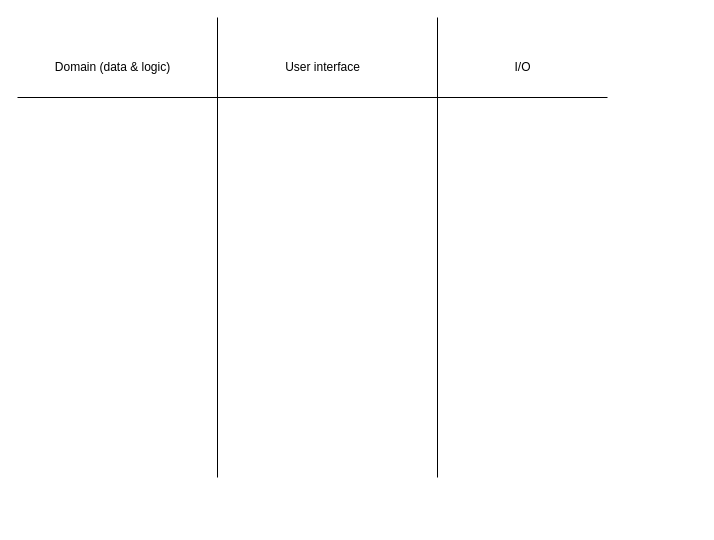
isel-leic-tds/2122i-LEIC31D keeps this draw.io diagram as page "Page-1" (1 of 2) of diagrams/Aula-07.drawio. Above is the earlier version. Source tidied: cells renumbered, new cells numbered last; positions are measured from the earlier drawing's top-left corner, leaving out a move shared by most shapes. Both pictures are drawn from the tidied source at 100%, with x=0, y=0 at pixel (17, 17).
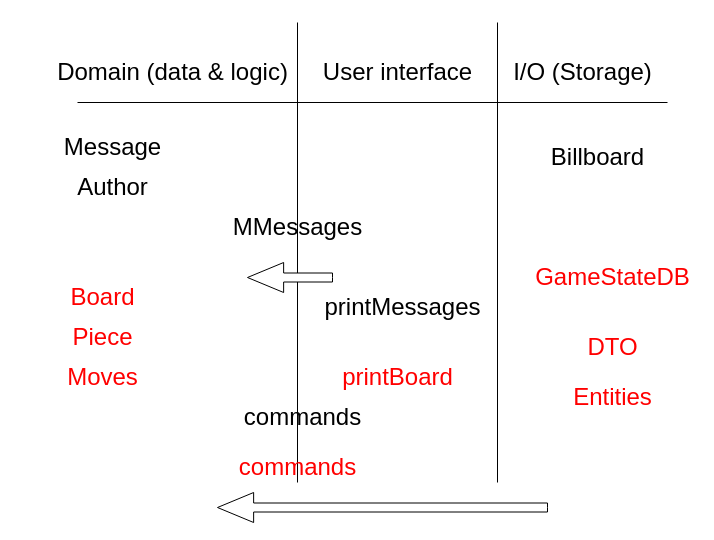
The same diagram, later.

The edit, as a diff of the source:
```diff
@@
-    <mxCell id="2" value="Domain (data &amp;amp; logic)" style="text;html=1;align=center;verticalAlign=middle;strokeColor=none;fillColor=none;" parent="1" vertex="1">
-      <mxGeometry x="30" y="40" width="130" height="20" as="geometry" />
+    <mxCell id="2" value="Domain (data &amp;amp; logic)" style="text;html=1;align=center;verticalAlign=middle;strokeColor=none;fillColor=none;fontSize=24;" parent="1" vertex="1">
+      <mxGeometry x="30" y="40" width="250" height="30" as="geometry" />
     </mxCell>
-    <mxCell id="3" value="I/O" style="text;html=1;align=center;verticalAlign=middle;strokeColor=none;fillColor=none;" parent="1" vertex="1">
-      <mxGeometry x="490" y="40" width="30" height="20" as="geometry" />
+    <mxCell id="3" value="I/O (Storage)" style="text;html=1;align=center;verticalAlign=middle;strokeColor=none;fillColor=none;fontSize=24;" parent="1" vertex="1">
+      <mxGeometry x="490" y="40" width="150" height="30" as="geometry" />
     </mxCell>
-    <mxCell id="4" value="User interface" style="text;html=1;align=center;verticalAlign=middle;strokeColor=none;fillColor=none;" parent="1" vertex="1">
-      <mxGeometry x="260" y="40" width="90" height="20" as="geometry" />
+    <mxCell id="4" value="User interface" style="text;html=1;align=center;verticalAlign=middle;strokeColor=none;fillColor=none;fontSize=24;" parent="1" vertex="1">
+      <mxGeometry x="300" y="40" width="160" height="30" as="geometry" />
     </mxCell>
     <mxCell id="5" style="endArrow=none;html=1;rounded=0;edgeStyle=orthogonalEdgeStyle;" parent="1" edge="1">
       <mxGeometry relative="1" as="geometry">
-        <mxPoint x="200" y="460" as="sourcePoint" />
-        <mxPoint x="200" as="targetPoint" />
+        <mxPoint x="280" y="465" as="sourcePoint" />
+        <mxPoint x="280" y="5" as="targetPoint" />
       </mxGeometry>
     </mxCell>
     <mxCell id="6" style="endArrow=none;html=1;rounded=0;edgeStyle=orthogonalEdgeStyle;" parent="1" edge="1">
       <mxGeometry relative="1" as="geometry">
-        <mxPoint x="420" y="460" as="sourcePoint" />
-        <mxPoint x="420" as="targetPoint" />
+        <mxPoint x="480" y="465" as="sourcePoint" />
+        <mxPoint x="480" y="5" as="targetPoint" />
       </mxGeometry>
     </mxCell>
     <mxCell id="7" style="endArrow=none;html=1;rounded=0;edgeStyle=orthogonalEdgeStyle;" parent="1" edge="1">
       <mxGeometry relative="1" as="geometry">
-        <mxPoint x="590" y="80" as="sourcePoint" />
-        <mxPoint y="80" as="targetPoint" />
+        <mxPoint x="650" y="85" as="sourcePoint" />
+        <mxPoint x="60" y="85" as="targetPoint" />
       </mxGeometry>
     </mxCell>
+    <mxCell id="8" value="Message" style="text;html=1;align=center;verticalAlign=middle;strokeColor=none;fillColor=none;fontSize=24;" parent="1" vertex="1">
+      <mxGeometry x="40" y="115" width="110" height="30" as="geometry" />
+    </mxCell>
+    <mxCell id="9" value="Author" style="text;html=1;align=center;verticalAlign=middle;strokeColor=none;fillColor=none;fontSize=24;" parent="1" vertex="1">
+      <mxGeometry x="50" y="155" width="90" height="30" as="geometry" />
+    </mxCell>
+    <mxCell id="10" value="printMessages" style="text;html=1;align=center;verticalAlign=middle;strokeColor=none;fillColor=none;fontSize=24;" parent="1" vertex="1">
+      <mxGeometry x="300" y="275" width="170" height="30" as="geometry" />
+    </mxCell>
+    <mxCell id="11" value="MMessages" style="text;html=1;align=center;verticalAlign=middle;strokeColor=none;fillColor=none;fontSize=24;" parent="1" vertex="1">
+      <mxGeometry x="210" y="195" width="140" height="30" as="geometry" />
+    </mxCell>
+    <mxCell id="12" value="commands" style="text;html=1;align=center;verticalAlign=middle;strokeColor=none;fillColor=none;fontSize=24;" parent="1" vertex="1">
+      <mxGeometry x="220" y="385" width="130" height="30" as="geometry" />
+    </mxCell>
+    <mxCell id="13" value="Billboard" style="text;html=1;align=center;verticalAlign=middle;strokeColor=none;fillColor=none;fontSize=24;" parent="1" vertex="1">
+      <mxGeometry x="525" y="125" width="110" height="30" as="geometry" />
+    </mxCell>
+    <mxCell id="14" value="Board" style="text;html=1;align=center;verticalAlign=middle;strokeColor=none;fillColor=none;fontSize=24;fontColor=#FF0000;" parent="1" vertex="1">
+      <mxGeometry x="45" y="265" width="80" height="30" as="geometry" />
+    </mxCell>
+    <mxCell id="15" value="Piece" style="text;html=1;align=center;verticalAlign=middle;strokeColor=none;fillColor=none;fontSize=24;fontColor=#FF0000;" parent="1" vertex="1">
+      <mxGeometry x="45" y="305" width="80" height="30" as="geometry" />
+    </mxCell>
+    <mxCell id="16" value="Moves" style="text;html=1;align=center;verticalAlign=middle;strokeColor=none;fillColor=none;fontSize=24;fontColor=#FF0000;" parent="1" vertex="1">
+      <mxGeometry x="40" y="345" width="90" height="30" as="geometry" />
+    </mxCell>
+    <mxCell id="17" value="GameStateDB" style="text;html=1;align=center;verticalAlign=middle;strokeColor=none;fillColor=none;fontSize=24;fontColor=#FF0000;" parent="1" vertex="1">
+      <mxGeometry x="510" y="245" width="170" height="30" as="geometry" />
+    </mxCell>
+    <mxCell id="18" value="printBoard" style="text;html=1;align=center;verticalAlign=middle;strokeColor=none;fillColor=none;fontSize=24;fontColor=#FF0000;" parent="1" vertex="1">
+      <mxGeometry x="315" y="345" width="130" height="30" as="geometry" />
+    </mxCell>
+    <mxCell id="19" value="commands" style="text;html=1;align=center;verticalAlign=middle;strokeColor=none;fillColor=none;fontSize=24;fontColor=#FF0000;" parent="1" vertex="1">
+      <mxGeometry x="215" y="435" width="130" height="30" as="geometry" />
+    </mxCell>
+    <mxCell id="20" style="html=1;shadow=0;dashed=0;align=center;verticalAlign=middle;shape=mxgraph.arrows2.arrow;dy=0.7;dx=36.13;notch=0;fontSize=24;fontColor=#FF0000;direction=west;" parent="1" vertex="1">
+      <mxGeometry x="230" y="245" width="85" height="30" as="geometry" />
+    </mxCell>
+    <mxCell id="21" style="html=1;shadow=0;dashed=0;align=center;verticalAlign=middle;shape=mxgraph.arrows2.arrow;dy=0.7;dx=36.13;notch=0;fontSize=24;fontColor=#FF0000;direction=west;" parent="1" vertex="1">
+      <mxGeometry x="200" y="475" width="330" height="30" as="geometry" />
+    </mxCell>
+    <mxCell id="22" value="DTO" style="text;html=1;align=center;verticalAlign=middle;strokeColor=none;fillColor=none;fontSize=24;fontColor=#FF0000;" parent="1" vertex="1">
+      <mxGeometry x="560" y="315" width="70" height="30" as="geometry" />
+    </mxCell>
+    <mxCell id="23" value="Entities" style="text;html=1;align=center;verticalAlign=middle;strokeColor=none;fillColor=none;fontSize=24;fontColor=#FF0000;" parent="1" vertex="1">
+      <mxGeometry x="550" y="365" width="90" height="30" as="geometry" />
+    </mxCell>
```
